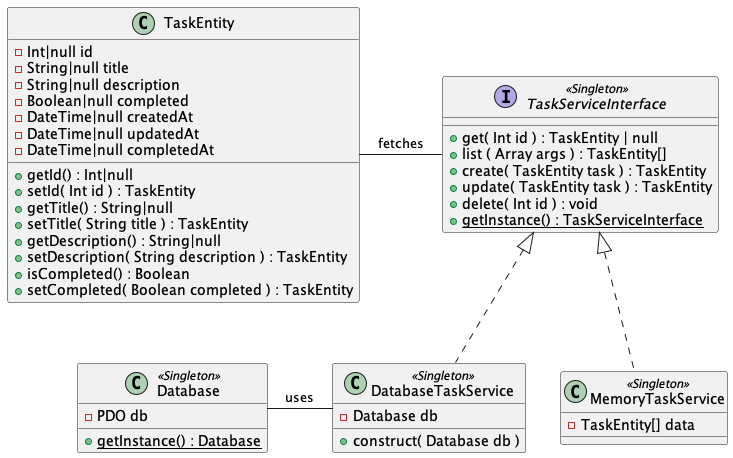
Before: class-diagram.png, a diagram exported from PlantUML (ralixt/php-todo-mvc).
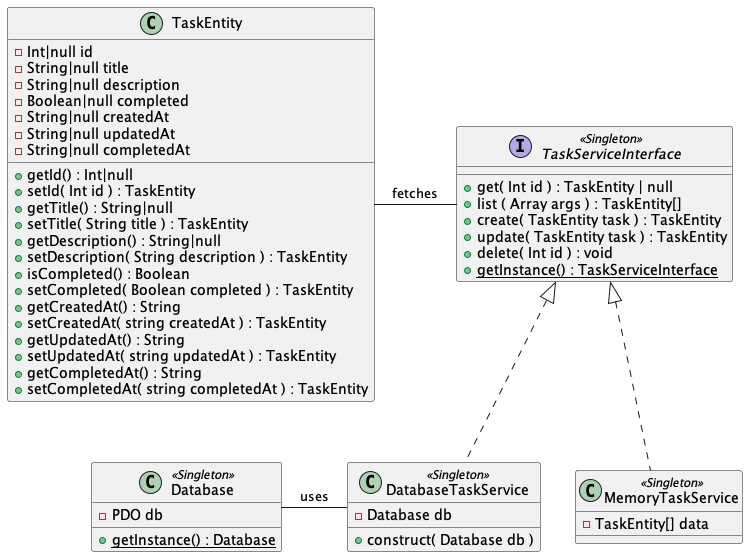
Above is the later version.

Commit message:
fix docker et update uml

Change to the diagram source:
```diff
@@ -5,9 +5,9 @@
   - String|null title
   - String|null description
   - Boolean|null completed
-  - DateTime|null createdAt
-  - DateTime|null updatedAt
-  - DateTime|null completedAt
+  - String|null createdAt
+  - String|null updatedAt
+  - String|null completedAt
   + getId() : Int|null
   + setId( Int id ) : TaskEntity
   + getTitle() : String|null
@@ -16,6 +16,12 @@
   + setDescription( String description ) : TaskEntity
   + isCompleted() : Boolean
   + setCompleted( Boolean completed ) : TaskEntity
+  + getCreatedAt() : String
+  + setCreatedAt( string createdAt ) : TaskEntity
+  + getUpdatedAt() : String
+  + setUpdatedAt( string updatedAt ) : TaskEntity
+  + getCompletedAt() : String
+  + setCompletedAt( string completedAt ) : TaskEntity
 }
 
 interface TaskServiceInterface<<Singleton>> {
```
